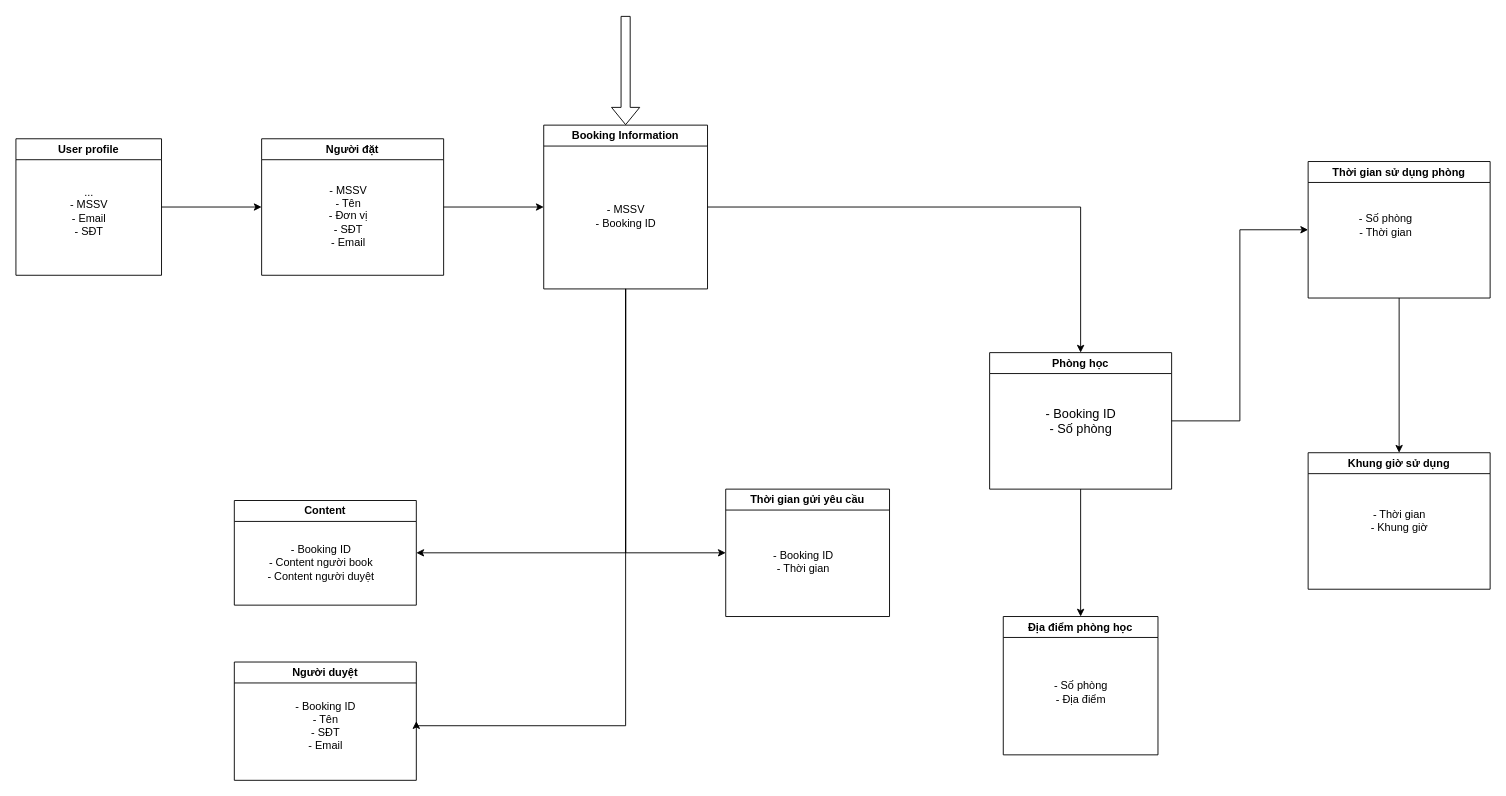
This is ISTech_DS_Database_Booking_ERD.drawio from vtphuonng/Room_booking_DS, a draw.io file, before an edit. Source tidied: cells renumbered, new cells numbered last; positions are measured from the earlier drawing's top-left corner, leaving out a move shared by most shapes. Both pictures are drawn from the tidied source at 91%, with x=0, y=0 at pixel (15, 15).
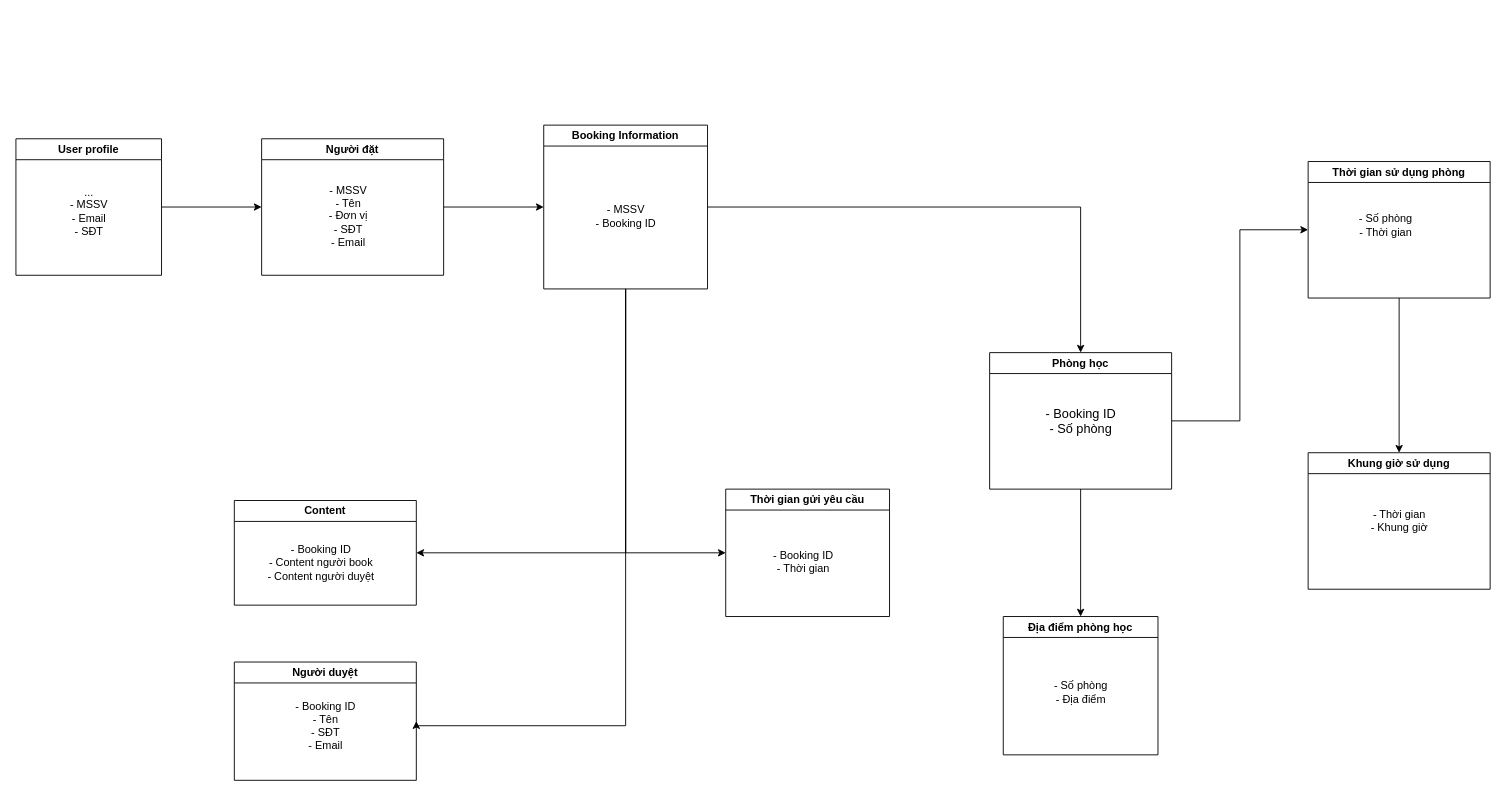
After the change.

The change refers to these unchanged cells:
```xml
<mxCell id="17" value="Booking Information" style="swimlane;whiteSpace=wrap;html=1;" parent="1" vertex="1">
  <mxGeometry x="580" y="120" width="180" height="180" as="geometry" />
</mxCell>
```

The edit, as a diff of the source:
```diff
@@
-    <mxCell id="19" style="shape=flexArrow;endArrow=classic;html=1;rounded=0;entryX=0.5;entryY=0;entryDx=0;entryDy=0;" parent="1" edge="1" target="17">
-      <mxGeometry relative="1" as="geometry">
-        <mxPoint x="670" as="sourcePoint" />
-      </mxGeometry>
-    </mxCell>
```
